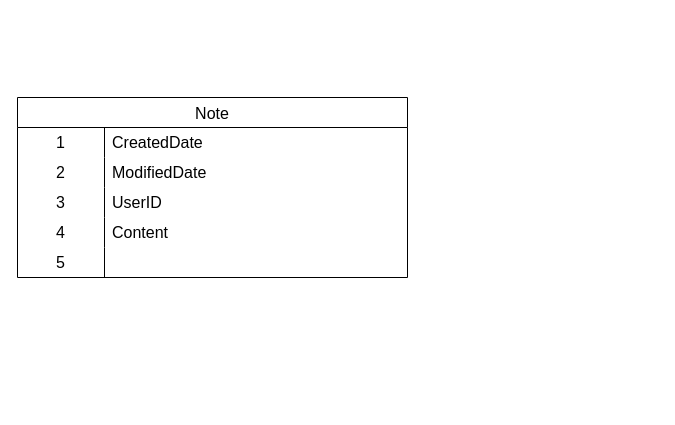
minh91a1/dbdiagram keeps this draw.io diagram as Biểu đồ không có tiêu đề.drawio. Above is the earlier version. Source tidied: cells renumbered, new cells numbered last; positions are measured from the earlier drawing's top-left corner, leaving out a move shared by most shapes. Both pictures are drawn from the tidied source at 100%, with x=0, y=0 at pixel (17, 97).
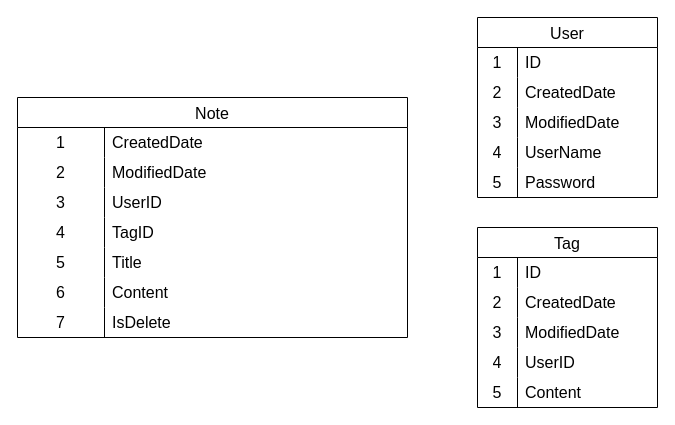
Above is the later version.

Commit message (it also covers changes not shown here):
Cập nhật Biểu đồ không có tiêu đề.drawio

Unchanged cells that the change refers to:
```xml
<mxCell id="12" style="shape=tableRow;horizontal=0;startSize=0;swimlaneHead=0;swimlaneBody=0;top=0;left=0;bottom=0;right=0;fillColor=none;strokeColor=inherit;fontSize=16;" parent="2" vertex="1">
  <mxGeometry y="120" width="390" height="30" as="geometry" />
</mxCell>
<mxCell id="15" style="shape=tableRow;horizontal=0;startSize=0;swimlaneHead=0;swimlaneBody=0;top=0;left=0;bottom=0;right=0;fillColor=none;strokeColor=inherit;fontSize=16;" parent="2" vertex="1">
  <mxGeometry y="150" width="390" height="30" as="geometry" />
</mxCell>
```

What changed in the source:
```diff
@@
     <mxCell id="2" value="Note" style="shape=table;startSize=30;childLayout=tableLayout;rowLines=0;fontStyle=0;strokeColor=default;fontSize=16;" parent="1" vertex="1">
-      <mxGeometry width="390" height="180" as="geometry" />
+      <mxGeometry width="390" height="240" as="geometry" />
     </mxCell>
@@
-    <mxCell id="14" value="Content" style="shape=partialRectangle;html=1;whiteSpace=wrap;fillColor=none;top=0;left=0;bottom=0;right=0;align=left;spacingLeft=6;overflow=hidden;strokeColor=inherit;fontSize=16;" parent="12" vertex="1">
+    <mxCell id="14" value="TagID" style="shape=partialRectangle;html=1;whiteSpace=wrap;fillColor=none;top=0;left=0;bottom=0;right=0;align=left;spacingLeft=6;overflow=hidden;strokeColor=inherit;fontSize=16;" parent="12" vertex="1">
       <mxGeometry x="87" width="303" height="30" as="geometry" />
     </mxCell>
@@
-    <mxCell id="17" style="shape=partialRectangle;html=1;whiteSpace=wrap;fillColor=none;top=0;left=0;bottom=0;right=0;align=left;spacingLeft=6;overflow=hidden;strokeColor=inherit;fontSize=16;" parent="15" vertex="1">
+    <mxCell id="17" value="Title" style="shape=partialRectangle;html=1;whiteSpace=wrap;fillColor=none;top=0;left=0;bottom=0;right=0;align=left;spacingLeft=6;overflow=hidden;strokeColor=inherit;fontSize=16;" parent="15" vertex="1">
       <mxGeometry x="87" width="303" height="30" as="geometry" />
     </mxCell>
+    <mxCell id="18" style="shape=tableRow;horizontal=0;startSize=0;swimlaneHead=0;swimlaneBody=0;top=0;left=0;bottom=0;right=0;fillColor=none;strokeColor=inherit;fontSize=16;" parent="2" vertex="1">
+      <mxGeometry y="180" width="390" height="30" as="geometry" />
+    </mxCell>
+    <mxCell id="19" value="6" style="shape=partialRectangle;html=1;whiteSpace=wrap;fillColor=none;top=0;left=0;bottom=0;right=0;overflow=hidden;strokeColor=inherit;fontSize=16;" parent="18" vertex="1">
+      <mxGeometry width="87" height="30" as="geometry" />
+    </mxCell>
+    <mxCell id="20" value="Content" style="shape=partialRectangle;html=1;whiteSpace=wrap;fillColor=none;top=0;left=0;bottom=0;right=0;align=left;spacingLeft=6;overflow=hidden;strokeColor=inherit;fontSize=16;" parent="18" vertex="1">
+      <mxGeometry x="87" width="303" height="30" as="geometry" />
+    </mxCell>
+    <mxCell id="21" style="shape=tableRow;horizontal=0;startSize=0;swimlaneHead=0;swimlaneBody=0;top=0;left=0;bottom=0;right=0;fillColor=none;strokeColor=inherit;fontSize=16;" parent="2" vertex="1">
+      <mxGeometry y="210" width="390" height="30" as="geometry" />
+    </mxCell>
+    <mxCell id="22" value="7" style="shape=partialRectangle;html=1;whiteSpace=wrap;fillColor=none;top=0;left=0;bottom=0;right=0;overflow=hidden;strokeColor=inherit;fontSize=16;" parent="21" vertex="1">
+      <mxGeometry width="87" height="30" as="geometry" />
+    </mxCell>
+    <mxCell id="23" value="IsDelete" style="shape=partialRectangle;html=1;whiteSpace=wrap;fillColor=none;top=0;left=0;bottom=0;right=0;align=left;spacingLeft=6;overflow=hidden;strokeColor=inherit;fontSize=16;" parent="21" vertex="1">
+      <mxGeometry x="87" width="303" height="30" as="geometry" />
+    </mxCell>
+    <mxCell id="24" value="User" style="shape=table;startSize=30;childLayout=tableLayout;rowLines=0;fontStyle=0;strokeColor=default;fontSize=16;" parent="1" vertex="1">
+      <mxGeometry x="460" y="-80" width="180" height="180" as="geometry" />
+    </mxCell>
+    <mxCell id="25" style="shape=tableRow;horizontal=0;startSize=0;swimlaneHead=0;swimlaneBody=0;top=0;left=0;bottom=0;right=0;fillColor=none;strokeColor=inherit;fontSize=16;" parent="24" vertex="1">
+      <mxGeometry y="30" width="180" height="30" as="geometry" />
+    </mxCell>
+    <mxCell id="26" value="1" style="shape=partialRectangle;html=1;whiteSpace=wrap;fillColor=none;top=0;left=0;bottom=0;right=0;overflow=hidden;strokeColor=inherit;fontSize=16;" parent="25" vertex="1">
+      <mxGeometry width="40" height="30" as="geometry" />
+    </mxCell>
+    <mxCell id="27" value="ID" style="shape=partialRectangle;html=1;whiteSpace=wrap;fillColor=none;top=0;left=0;bottom=0;right=0;align=left;spacingLeft=6;overflow=hidden;strokeColor=inherit;fontSize=16;" parent="25" vertex="1">
+      <mxGeometry x="40" width="140" height="30" as="geometry" />
+    </mxCell>
+    <mxCell id="28" style="shape=tableRow;horizontal=0;startSize=0;swimlaneHead=0;swimlaneBody=0;top=0;left=0;bottom=0;right=0;fillColor=none;strokeColor=inherit;fontSize=16;" parent="24" vertex="1">
+      <mxGeometry y="60" width="180" height="30" as="geometry" />
+    </mxCell>
+    <mxCell id="29" value="2" style="shape=partialRectangle;html=1;whiteSpace=wrap;fillColor=none;top=0;left=0;bottom=0;right=0;overflow=hidden;strokeColor=inherit;fontSize=16;" parent="28" vertex="1">
+      <mxGeometry width="40" height="30" as="geometry" />
+    </mxCell>
+    <mxCell id="30" value="CreatedDate" style="shape=partialRectangle;html=1;whiteSpace=wrap;fillColor=none;top=0;left=0;bottom=0;right=0;align=left;spacingLeft=6;overflow=hidden;strokeColor=inherit;fontSize=16;" parent="28" vertex="1">
+      <mxGeometry x="40" width="140" height="30" as="geometry" />
+    </mxCell>
+    <mxCell id="31" style="shape=tableRow;horizontal=0;startSize=0;swimlaneHead=0;swimlaneBody=0;top=0;left=0;bottom=0;right=0;fillColor=none;strokeColor=inherit;fontSize=16;" parent="24" vertex="1">
+      <mxGeometry y="90" width="180" height="30" as="geometry" />
+    </mxCell>
+    <mxCell id="32" value="3" style="shape=partialRectangle;html=1;whiteSpace=wrap;fillColor=none;top=0;left=0;bottom=0;right=0;overflow=hidden;strokeColor=inherit;fontSize=16;" parent="31" vertex="1">
+      <mxGeometry width="40" height="30" as="geometry" />
+    </mxCell>
+    <mxCell id="33" value="ModifiedDate" style="shape=partialRectangle;html=1;whiteSpace=wrap;fillColor=none;top=0;left=0;bottom=0;right=0;align=left;spacingLeft=6;overflow=hidden;strokeColor=inherit;fontSize=16;" parent="31" vertex="1">
+      <mxGeometry x="40" width="140" height="30" as="geometry" />
+    </mxCell>
+    <mxCell id="34" style="shape=tableRow;horizontal=0;startSize=0;swimlaneHead=0;swimlaneBody=0;top=0;left=0;bottom=0;right=0;fillColor=none;strokeColor=inherit;fontSize=16;" parent="24" vertex="1">
+      <mxGeometry y="120" width="180" height="30" as="geometry" />
+    </mxCell>
+    <mxCell id="35" value="4" style="shape=partialRectangle;html=1;whiteSpace=wrap;fillColor=none;top=0;left=0;bottom=0;right=0;overflow=hidden;strokeColor=inherit;fontSize=16;" parent="34" vertex="1">
+      <mxGeometry width="40" height="30" as="geometry" />
+    </mxCell>
+    <mxCell id="36" value="UserName" style="shape=partialRectangle;html=1;whiteSpace=wrap;fillColor=none;top=0;left=0;bottom=0;right=0;align=left;spacingLeft=6;overflow=hidden;strokeColor=inherit;fontSize=16;" parent="34" vertex="1">
+      <mxGeometry x="40" width="140" height="30" as="geometry" />
+    </mxCell>
+    <mxCell id="37" style="shape=tableRow;horizontal=0;startSize=0;swimlaneHead=0;swimlaneBody=0;top=0;left=0;bottom=0;right=0;fillColor=none;strokeColor=inherit;fontSize=16;" parent="24" vertex="1">
+      <mxGeometry y="150" width="180" height="30" as="geometry" />
+    </mxCell>
+    <mxCell id="38" value="5" style="shape=partialRectangle;html=1;whiteSpace=wrap;fillColor=none;top=0;left=0;bottom=0;right=0;overflow=hidden;strokeColor=inherit;fontSize=16;" parent="37" vertex="1">
+      <mxGeometry width="40" height="30" as="geometry" />
+    </mxCell>
+    <mxCell id="39" value="Password" style="shape=partialRectangle;html=1;whiteSpace=wrap;fillColor=none;top=0;left=0;bottom=0;right=0;align=left;spacingLeft=6;overflow=hidden;strokeColor=inherit;fontSize=16;" parent="37" vertex="1">
+      <mxGeometry x="40" width="140" height="30" as="geometry" />
+    </mxCell>
+    <mxCell id="40" value="Tag" style="shape=table;startSize=30;childLayout=tableLayout;rowLines=0;fontStyle=0;strokeColor=default;fontSize=16;" parent="1" vertex="1">
+      <mxGeometry x="460" y="130" width="180" height="180" as="geometry" />
+    </mxCell>
+    <mxCell id="41" style="shape=tableRow;horizontal=0;startSize=0;swimlaneHead=0;swimlaneBody=0;top=0;left=0;bottom=0;right=0;fillColor=none;strokeColor=inherit;fontSize=16;" parent="40" vertex="1">
+      <mxGeometry y="30" width="180" height="30" as="geometry" />
+    </mxCell>
+    <mxCell id="42" value="1" style="shape=partialRectangle;html=1;whiteSpace=wrap;fillColor=none;top=0;left=0;bottom=0;right=0;overflow=hidden;strokeColor=inherit;fontSize=16;" parent="41" vertex="1">
+      <mxGeometry width="40" height="30" as="geometry" />
+    </mxCell>
+    <mxCell id="43" value="ID" style="shape=partialRectangle;html=1;whiteSpace=wrap;fillColor=none;top=0;left=0;bottom=0;right=0;align=left;spacingLeft=6;overflow=hidden;strokeColor=inherit;fontSize=16;" parent="41" vertex="1">
+      <mxGeometry x="40" width="140" height="30" as="geometry" />
+    </mxCell>
+    <mxCell id="44" style="shape=tableRow;horizontal=0;startSize=0;swimlaneHead=0;swimlaneBody=0;top=0;left=0;bottom=0;right=0;fillColor=none;strokeColor=inherit;fontSize=16;" parent="40" vertex="1">
+      <mxGeometry y="60" width="180" height="30" as="geometry" />
+    </mxCell>
+    <mxCell id="45" value="2" style="shape=partialRectangle;html=1;whiteSpace=wrap;fillColor=none;top=0;left=0;bottom=0;right=0;overflow=hidden;strokeColor=inherit;fontSize=16;" parent="44" vertex="1">
+      <mxGeometry width="40" height="30" as="geometry" />
+    </mxCell>
+    <mxCell id="46" value="CreatedDate" style="shape=partialRectangle;html=1;whiteSpace=wrap;fillColor=none;top=0;left=0;bottom=0;right=0;align=left;spacingLeft=6;overflow=hidden;strokeColor=inherit;fontSize=16;" parent="44" vertex="1">
+      <mxGeometry x="40" width="140" height="30" as="geometry" />
+    </mxCell>
+    <mxCell id="47" style="shape=tableRow;horizontal=0;startSize=0;swimlaneHead=0;swimlaneBody=0;top=0;left=0;bottom=0;right=0;fillColor=none;strokeColor=inherit;fontSize=16;" parent="40" vertex="1">
+      <mxGeometry y="90" width="180" height="30" as="geometry" />
+    </mxCell>
+    <mxCell id="48" value="3" style="shape=partialRectangle;html=1;whiteSpace=wrap;fillColor=none;top=0;left=0;bottom=0;right=0;overflow=hidden;strokeColor=inherit;fontSize=16;" parent="47" vertex="1">
+      <mxGeometry width="40" height="30" as="geometry" />
+    </mxCell>
+    <mxCell id="49" value="ModifiedDate" style="shape=partialRectangle;html=1;whiteSpace=wrap;fillColor=none;top=0;left=0;bottom=0;right=0;align=left;spacingLeft=6;overflow=hidden;strokeColor=inherit;fontSize=16;" parent="47" vertex="1">
+      <mxGeometry x="40" width="140" height="30" as="geometry" />
+    </mxCell>
+    <mxCell id="50" style="shape=tableRow;horizontal=0;startSize=0;swimlaneHead=0;swimlaneBody=0;top=0;left=0;bottom=0;right=0;fillColor=none;strokeColor=inherit;fontSize=16;" parent="40" vertex="1">
+      <mxGeometry y="120" width="180" height="30" as="geometry" />
+    </mxCell>
+    <mxCell id="51" value="4" style="shape=partialRectangle;html=1;whiteSpace=wrap;fillColor=none;top=0;left=0;bottom=0;right=0;overflow=hidden;strokeColor=inherit;fontSize=16;" parent="50" vertex="1">
+      <mxGeometry width="40" height="30" as="geometry" />
+    </mxCell>
+    <mxCell id="52" value="UserID" style="shape=partialRectangle;html=1;whiteSpace=wrap;fillColor=none;top=0;left=0;bottom=0;right=0;align=left;spacingLeft=6;overflow=hidden;strokeColor=inherit;fontSize=16;" parent="50" vertex="1">
+      <mxGeometry x="40" width="140" height="30" as="geometry" />
+    </mxCell>
+    <mxCell id="53" style="shape=tableRow;horizontal=0;startSize=0;swimlaneHead=0;swimlaneBody=0;top=0;left=0;bottom=0;right=0;fillColor=none;strokeColor=inherit;fontSize=16;" parent="40" vertex="1">
+      <mxGeometry y="150" width="180" height="30" as="geometry" />
+    </mxCell>
+    <mxCell id="54" value="5" style="shape=partialRectangle;html=1;whiteSpace=wrap;fillColor=none;top=0;left=0;bottom=0;right=0;overflow=hidden;strokeColor=inherit;fontSize=16;" parent="53" vertex="1">
+      <mxGeometry width="40" height="30" as="geometry" />
+    </mxCell>
+    <mxCell id="55" value="Content" style="shape=partialRectangle;html=1;whiteSpace=wrap;fillColor=none;top=0;left=0;bottom=0;right=0;align=left;spacingLeft=6;overflow=hidden;strokeColor=inherit;fontSize=16;" parent="53" vertex="1">
+      <mxGeometry x="40" width="140" height="30" as="geometry" />
+    </mxCell>
```
